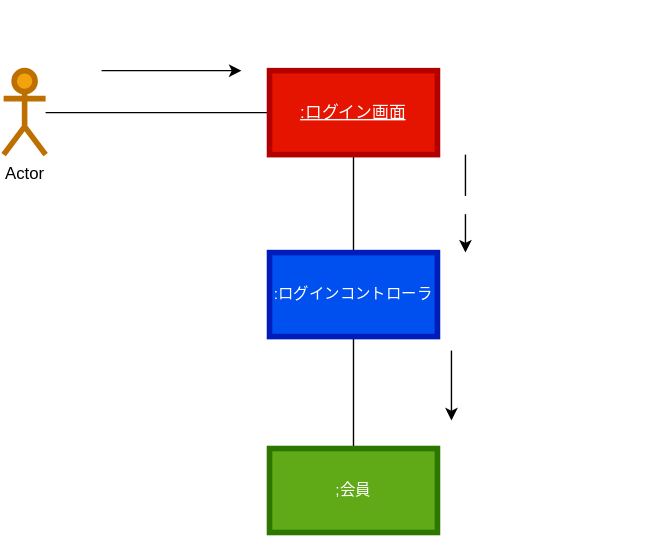
Kuya0307/unl-introduction keeps this draw.io diagram as 演習５/図5-1 コミュニケーション図の例.drawio.svg. Above is the earlier version. Source tidied: cells renumbered, new cells last; positions are measured from the earlier drawing's top-left corner, leaving out a move shared by most shapes.
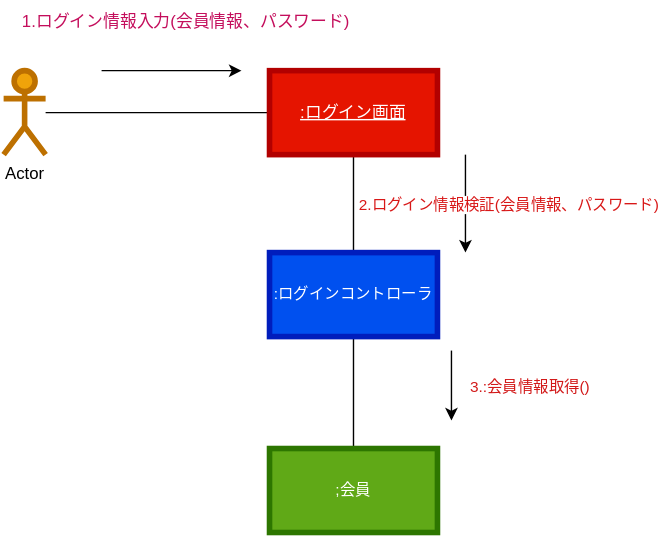
After the change.

Commit message:
コミュニケーション図を完成させた

The edit, as a diff of the source:
```diff
@@ -20,7 +20,7 @@
         <mxPoint x="170" y="50" as="targetPoint" />
       </mxGeometry>
     </mxCell>
-    <mxCell id="7" value="&lt;font color=&quot;#ffffff&quot;&gt;1.ログイン情報入力(会員情報、パスワード)&lt;/font&gt;" style="text;html=1;align=center;verticalAlign=middle;strokeColor=none;fillColor=none;fontColor=none;" parent="1" vertex="1">
+    <mxCell id="7" value="&lt;font color=&quot;#c40e5c&quot;&gt;1.ログイン情報入力(会員情報、パスワード)&lt;/font&gt;" style="text;html=1;align=center;verticalAlign=middle;strokeColor=none;fillColor=none;fontColor=none;" parent="1" vertex="1">
       <mxGeometry width="260" height="30" as="geometry" />
     </mxCell>
     <mxCell id="8" style="edgeStyle=none;html=1;strokeColor=default;fontSize=11;fontColor=#FFFFFF;endArrow=none;endFill=0;" parent="1" edge="1" source="9" target="12">
@@ -29,13 +29,13 @@
     <mxCell id="9" value="&lt;font style=&quot;font-size: 11px;&quot;&gt;:ログインコントローラ&lt;/font&gt;" style="rounded=0;whiteSpace=wrap;html=1;strokeWidth=4;fontColor=#ffffff;fillColor=#0050ef;strokeColor=#001DBC;" parent="1" vertex="1">
       <mxGeometry x="190" y="180" width="120" height="60" as="geometry" />
     </mxCell>
-    <mxCell id="10" style="endArrow=classic;html=1;strokeColor=default;fontColor=#FFFFFF;" parent="1" edge="1">
+    <mxCell id="10" style="endArrow=classic;html=1;strokeColor=default;fontColor=#FF6666;" parent="1" edge="1">
       <mxGeometry relative="1" as="geometry">
         <mxPoint x="330" y="110" as="sourcePoint" />
         <mxPoint x="330" y="180" as="targetPoint" />
       </mxGeometry>
     </mxCell>
-    <mxCell id="11" value="2.ログイン情報検証(会員情報、パスワード)" style="edgeLabel;html=1;align=center;verticalAlign=middle;strokeWidth=4;fontColor=#FFFFFF;" parent="10" vertex="1">
+    <mxCell id="11" value="&lt;font color=&quot;#d81818&quot;&gt;2.ログイン情報検証(会員情報、パスワード)&lt;/font&gt;" style="edgeLabel;html=1;align=center;verticalAlign=middle;strokeWidth=4;fontColor=#FFFFFF;" parent="10" vertex="1">
       <mxGeometry relative="1" as="geometry">
         <mxPoint x="30" as="offset" />
       </mxGeometry>
@@ -49,7 +49,7 @@
         <mxPoint x="320" y="300" as="targetPoint" />
       </mxGeometry>
     </mxCell>
-    <mxCell id="14" value="3.:会員情報取得()" style="edgeLabel;html=1;align=center;verticalAlign=middle;strokeWidth=4;fontSize=11;fontColor=#FFFFFF;" parent="13" vertex="1">
+    <mxCell id="14" value="&lt;font color=&quot;#d21919&quot;&gt;3.:会員情報取得()&lt;/font&gt;" style="edgeLabel;html=1;align=center;verticalAlign=middle;strokeWidth=4;fontSize=11;fontColor=#FFFFFF;" parent="13" vertex="1">
       <mxGeometry relative="1" as="geometry">
         <mxPoint x="55" as="offset" />
       </mxGeometry>
```
